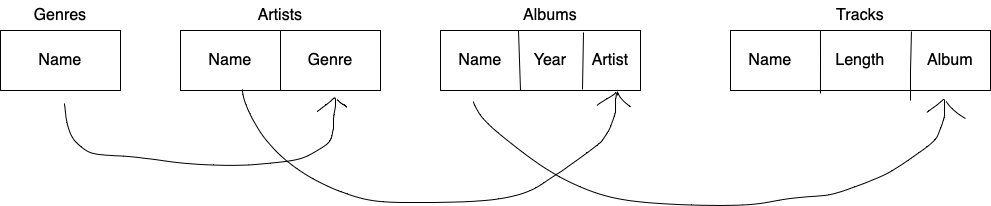
Before: Diagram.drawio.png, a diagram exported from draw.io (antonkorch/homework-files). Source tidied: cells renumbered, new cells last; positions are measured from the earlier drawing's top-left corner, leaving out a move shared by most shapes. Its diagram source:
```xml
<mxGraphModel>
  <root>
    <mxCell id="0" />
    <mxCell id="1" parent="0" />
    <mxCell id="2" style="rounded=0;whiteSpace=wrap;html=1;" parent="1" vertex="1">
      <mxGeometry y="30" width="120" height="60" as="geometry" />
    </mxCell>
    <mxCell id="3" value="Name" style="text;html=1;strokeColor=none;fillColor=none;align=center;verticalAlign=middle;whiteSpace=wrap;rounded=0;fontSize=16;" parent="1" vertex="1">
      <mxGeometry x="10" y="40" width="100" height="40" as="geometry" />
    </mxCell>
    <mxCell id="4" value="Genres" style="text;html=1;strokeColor=none;fillColor=none;align=center;verticalAlign=middle;whiteSpace=wrap;rounded=0;fontSize=16;" parent="1" vertex="1">
      <mxGeometry x="30" width="60" height="30" as="geometry" />
    </mxCell>
    <mxCell id="5" style="rounded=0;whiteSpace=wrap;html=1;" parent="1" vertex="1">
      <mxGeometry x="180" y="30" width="200" height="60" as="geometry" />
    </mxCell>
    <mxCell id="6" style="endArrow=none;html=1;rounded=0;entryX=0.5;entryY=0;entryDx=0;entryDy=0;exitX=0.5;exitY=1;exitDx=0;exitDy=0;" parent="1" edge="1" source="5" target="5">
      <mxGeometry relative="1" as="geometry" />
    </mxCell>
    <mxCell id="7" value="Name" style="text;html=1;strokeColor=none;fillColor=none;align=center;verticalAlign=middle;whiteSpace=wrap;rounded=0;fontSize=16;" parent="1" vertex="1">
      <mxGeometry x="190" y="40" width="80" height="40" as="geometry" />
    </mxCell>
    <mxCell id="8" value="Genre" style="text;html=1;strokeColor=none;fillColor=none;align=center;verticalAlign=middle;whiteSpace=wrap;rounded=0;fontSize=16;" parent="1" vertex="1">
      <mxGeometry x="290" y="40" width="80" height="40" as="geometry" />
    </mxCell>
    <mxCell id="9" value="Artists" style="text;html=1;strokeColor=none;fillColor=none;align=center;verticalAlign=middle;whiteSpace=wrap;rounded=0;fontSize=16;" parent="1" vertex="1">
      <mxGeometry x="250" width="60" height="30" as="geometry" />
    </mxCell>
    <mxCell id="10" style="rounded=0;whiteSpace=wrap;html=1;" parent="1" vertex="1">
      <mxGeometry x="440" y="30" width="200" height="60" as="geometry" />
    </mxCell>
    <mxCell id="11" style="endArrow=none;html=1;rounded=0;entryX=0.39;entryY=0;entryDx=0;entryDy=0;entryPerimeter=0;" parent="1" edge="1" target="10">
      <mxGeometry relative="1" as="geometry">
        <mxPoint x="520" y="90" as="sourcePoint" />
      </mxGeometry>
    </mxCell>
    <mxCell id="12" style="endArrow=none;html=1;rounded=0;entryX=0.715;entryY=0.033;entryDx=0;entryDy=0;exitX=0.71;exitY=0.983;exitDx=0;exitDy=0;exitPerimeter=0;elbow=vertical;entryPerimeter=0;" parent="1" edge="1" source="10" target="10">
      <mxGeometry relative="1" as="geometry" />
    </mxCell>
    <mxCell id="13" value="Name" style="text;html=1;strokeColor=none;fillColor=none;align=center;verticalAlign=middle;whiteSpace=wrap;rounded=0;fontSize=16;" parent="1" vertex="1">
      <mxGeometry x="450" y="45" width="60" height="30" as="geometry" />
    </mxCell>
    <mxCell id="14" value="Year" style="text;html=1;strokeColor=none;fillColor=none;align=center;verticalAlign=middle;whiteSpace=wrap;rounded=0;fontSize=16;" parent="1" vertex="1">
      <mxGeometry x="520" y="45" width="60" height="30" as="geometry" />
    </mxCell>
    <mxCell id="15" value="Artist" style="text;html=1;strokeColor=none;fillColor=none;align=center;verticalAlign=middle;whiteSpace=wrap;rounded=0;fontSize=16;" parent="1" vertex="1">
      <mxGeometry x="580" y="45" width="60" height="30" as="geometry" />
    </mxCell>
    <mxCell id="16" value="Albums" style="text;html=1;strokeColor=none;fillColor=none;align=center;verticalAlign=middle;whiteSpace=wrap;rounded=0;fontSize=16;" parent="1" vertex="1">
      <mxGeometry x="520" width="60" height="30" as="geometry" />
    </mxCell>
    <mxCell id="17" style="rounded=0;whiteSpace=wrap;html=1;" parent="1" vertex="1">
      <mxGeometry x="730" y="30" width="260" height="60" as="geometry" />
    </mxCell>
    <mxCell id="18" style="endArrow=none;html=1;rounded=0;entryX=0.346;entryY=0;entryDx=0;entryDy=0;entryPerimeter=0;exitX=0.346;exitY=1.05;exitDx=0;exitDy=0;exitPerimeter=0;" parent="1" edge="1" source="17" target="17">
      <mxGeometry relative="1" as="geometry">
        <Array as="points">
          <mxPoint x="820" y="60" />
        </Array>
      </mxGeometry>
    </mxCell>
    <mxCell id="19" style="endArrow=none;html=1;rounded=0;entryX=0.696;entryY=0.017;entryDx=0;entryDy=0;entryPerimeter=0;" parent="1" edge="1" target="17">
      <mxGeometry relative="1" as="geometry">
        <mxPoint x="910" y="100" as="sourcePoint" />
        <Array as="points">
          <mxPoint x="910" y="70" />
        </Array>
      </mxGeometry>
    </mxCell>
    <mxCell id="20" value="Name" style="text;html=1;strokeColor=none;fillColor=none;align=center;verticalAlign=middle;whiteSpace=wrap;rounded=0;fontSize=16;" parent="1" vertex="1">
      <mxGeometry x="740" y="45" width="60" height="30" as="geometry" />
    </mxCell>
    <mxCell id="21" value="Length" style="text;html=1;strokeColor=none;fillColor=none;align=center;verticalAlign=middle;whiteSpace=wrap;rounded=0;fontSize=16;" parent="1" vertex="1">
      <mxGeometry x="830" y="45" width="60" height="30" as="geometry" />
    </mxCell>
    <mxCell id="22" value="Album" style="text;html=1;strokeColor=none;fillColor=none;align=center;verticalAlign=middle;whiteSpace=wrap;rounded=0;fontSize=16;" parent="1" vertex="1">
      <mxGeometry x="920" y="45" width="60" height="30" as="geometry" />
    </mxCell>
    <mxCell id="23" value="Tracks" style="text;html=1;strokeColor=none;fillColor=none;align=center;verticalAlign=middle;whiteSpace=wrap;rounded=0;fontSize=16;" parent="1" vertex="1">
      <mxGeometry x="830" width="60" height="30" as="geometry" />
    </mxCell>
    <mxCell id="24" style="shape=(stored shape, 2076 characters);fillColor=none;strokeColor=default;" parent="1" vertex="1">
      <mxGeometry x="64" y="97.2" width="271" height="67.6" as="geometry" />
    </mxCell>
    <mxCell id="25" style="shape=(stored shape, 560 characters);fillColor=none;strokeColor=default;" parent="1" vertex="1">
      <mxGeometry x="337" y="99" width="9" height="8" as="geometry" />
    </mxCell>
    <mxCell id="26" style="shape=(stored shape, 2056 characters);fillColor=none;strokeColor=default;" parent="1" vertex="1">
      <mxGeometry x="242" y="89" width="373.9" height="113" as="geometry" />
    </mxCell>
    <mxCell id="27" style="shape=(stored shape, 428 characters);fillColor=none;strokeColor=default;" parent="1" vertex="1">
      <mxGeometry x="617" y="92" width="13" height="14" as="geometry" />
    </mxCell>
    <mxCell id="28" style="shape=(stored shape, 1724 characters);fillColor=none;strokeColor=default;" parent="1" vertex="1">
      <mxGeometry x="473" y="98.9" width="471" height="106.1" as="geometry" />
    </mxCell>
    <mxCell id="29" style="shape=(stored shape, 368 characters);fillColor=none;strokeColor=default;" parent="1" vertex="1">
      <mxGeometry x="946" y="101" width="19" height="17" as="geometry" />
    </mxCell>
  </root>
</mxGraphModel>
```
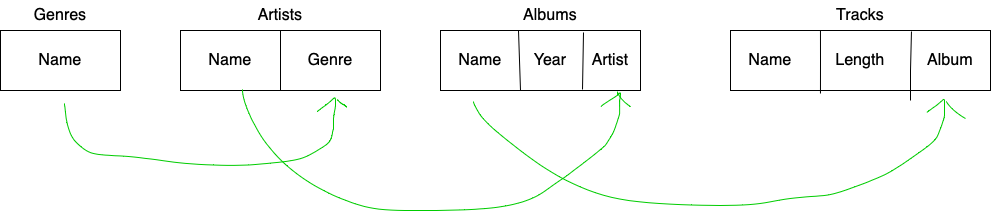
The same file after the commit.

The edit, as a diff of the source:
```diff
@@ -79,22 +79,22 @@
     <mxCell id="23" value="Tracks" style="text;html=1;strokeColor=none;fillColor=none;align=center;verticalAlign=middle;whiteSpace=wrap;rounded=0;fontSize=16;" parent="1" vertex="1">
       <mxGeometry x="830" width="60" height="30" as="geometry" />
     </mxCell>
-    <mxCell id="24" style="shape=(stored shape, 2076 characters);fillColor=none;strokeColor=default;" parent="1" vertex="1">
+    <mxCell id="24" style="shape=(stored shape, 2076 characters);fillColor=none;strokeColor=#00CC00;" parent="1" vertex="1">
       <mxGeometry x="64" y="97.2" width="271" height="67.6" as="geometry" />
     </mxCell>
-    <mxCell id="25" style="shape=(stored shape, 560 characters);fillColor=none;strokeColor=default;" parent="1" vertex="1">
+    <mxCell id="25" style="shape=(stored shape, 560 characters);fillColor=none;strokeColor=#00CC00;" parent="1" vertex="1">
       <mxGeometry x="337" y="99" width="9" height="8" as="geometry" />
     </mxCell>
-    <mxCell id="26" style="shape=(stored shape, 2056 characters);fillColor=none;strokeColor=default;" parent="1" vertex="1">
-      <mxGeometry x="242" y="89" width="373.9" height="113" as="geometry" />
+    <mxCell id="26" style="shape=(stored shape, 2056 characters);fillColor=none;strokeColor=#00CC00;" parent="1" vertex="1">
+      <mxGeometry x="242" y="89" width="378" height="121" as="geometry" />
     </mxCell>
-    <mxCell id="27" style="shape=(stored shape, 428 characters);fillColor=none;strokeColor=default;" parent="1" vertex="1">
+    <mxCell id="27" style="shape=(stored shape, 428 characters);fillColor=none;strokeColor=#00CC00;" parent="1" vertex="1">
       <mxGeometry x="617" y="92" width="13" height="14" as="geometry" />
     </mxCell>
-    <mxCell id="28" style="shape=(stored shape, 1724 characters);fillColor=none;strokeColor=default;" parent="1" vertex="1">
+    <mxCell id="28" style="shape=(stored shape, 1724 characters);fillColor=none;strokeColor=#00CC00;" parent="1" vertex="1">
       <mxGeometry x="473" y="98.9" width="471" height="106.1" as="geometry" />
     </mxCell>
-    <mxCell id="29" style="shape=(stored shape, 368 characters);fillColor=none;strokeColor=default;" parent="1" vertex="1">
+    <mxCell id="29" style="shape=(stored shape, 368 characters);fillColor=none;strokeColor=#00CC00;" parent="1" vertex="1">
       <mxGeometry x="946" y="101" width="19" height="17" as="geometry" />
     </mxCell>
   </root>
```
